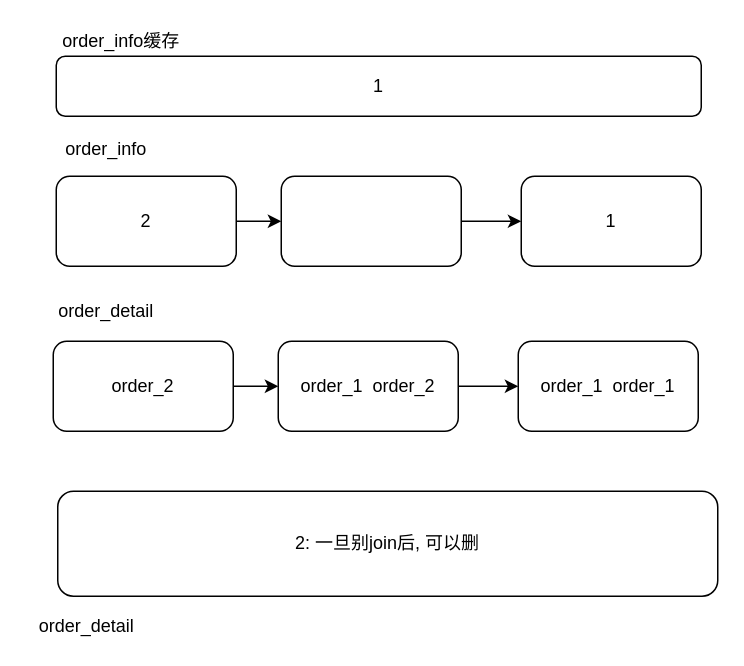
The draw.io diagram page "第 6 页" (6 of 6) of 绘图.drawio in zhenchao125/realtime-gmall-0213, before the edit. Source tidied: cells renumbered, new cells numbered last; positions are measured from the earlier drawing's top-left corner, leaving out a move shared by most shapes. Both pictures are drawn from the tidied source at 150%, with x=0, y=0 at pixel (26, 26).
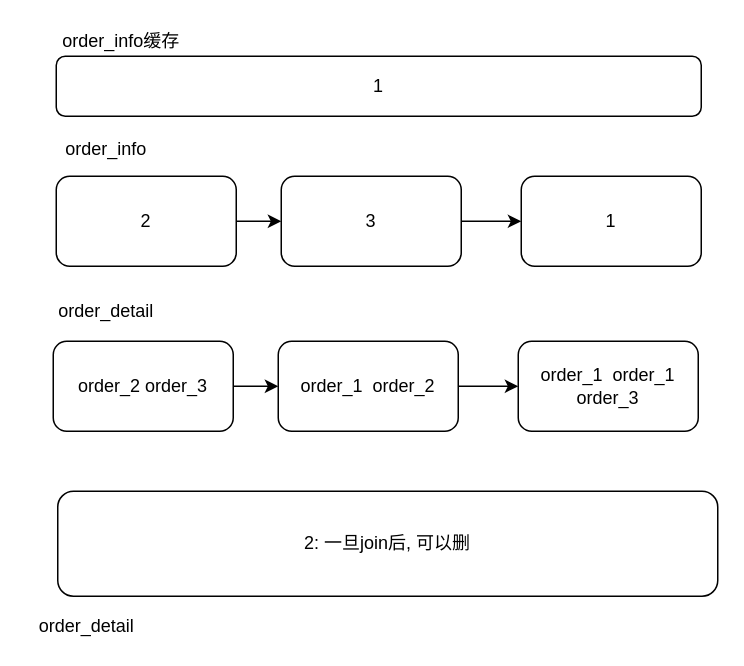
The same diagram, later.

Diff of the diagram source:
```diff
@@
 <mxGraphModel>
   <root>
     <mxCell id="0" />
     <mxCell id="1" parent="0" />
     <mxCell id="2" style="edgeStyle=orthogonalEdgeStyle;rounded=0;jettySize=auto;html=1;" parent="1" edge="1" source="3" target="5">
       <mxGeometry relative="1" as="geometry" />
     </mxCell>
     <mxCell id="3" value="2" style="rounded=1;whiteSpace=wrap;html=1;" parent="1" vertex="1">
       <mxGeometry x="20" y="100" width="120" height="60" as="geometry" />
     </mxCell>
     <mxCell id="4" style="edgeStyle=orthogonalEdgeStyle;rounded=0;jettySize=auto;html=1;" parent="1" edge="1" source="5" target="6">
       <mxGeometry relative="1" as="geometry" />
     </mxCell>
-    <mxCell id="5" style="rounded=1;whiteSpace=wrap;html=1;" parent="1" vertex="1">
+    <mxCell id="5" value="3" style="rounded=1;whiteSpace=wrap;html=1;" parent="1" vertex="1">
       <mxGeometry x="170" y="100" width="120" height="60" as="geometry" />
     </mxCell>
     <mxCell id="6" value="1" style="rounded=1;whiteSpace=wrap;html=1;" parent="1" vertex="1">
       <mxGeometry x="330" y="100" width="120" height="60" as="geometry" />
     </mxCell>
     <mxCell id="7" value="order_info" style="text;html=1;align=center;verticalAlign=middle;" parent="1" vertex="1">
       <mxGeometry x="18" y="72" width="70" height="20" as="geometry" />
     </mxCell>
     <mxCell id="8" value="order_detail" style="text;html=1;align=center;verticalAlign=middle;" parent="1" vertex="1">
       <mxGeometry x="13" y="180" width="80" height="20" as="geometry" />
     </mxCell>
     <mxCell id="9" style="edgeStyle=orthogonalEdgeStyle;rounded=0;jettySize=auto;html=1;" parent="1" edge="1" source="10" target="12">
       <mxGeometry relative="1" as="geometry" />
     </mxCell>
-    <mxCell id="10" value="order_2" style="rounded=1;whiteSpace=wrap;html=1;" parent="1" vertex="1">
+    <mxCell id="10" value="order_2 order_3" style="rounded=1;whiteSpace=wrap;html=1;" parent="1" vertex="1">
       <mxGeometry x="18" y="210" width="120" height="60" as="geometry" />
     </mxCell>
     <mxCell id="11" style="edgeStyle=orthogonalEdgeStyle;rounded=0;jettySize=auto;html=1;" parent="1" edge="1" source="12" target="13">
       <mxGeometry relative="1" as="geometry" />
     </mxCell>
     <mxCell id="12" value="order_1&amp;nbsp; order_2" style="rounded=1;whiteSpace=wrap;html=1;" parent="1" vertex="1">
       <mxGeometry x="168" y="210" width="120" height="60" as="geometry" />
     </mxCell>
-    <mxCell id="13" value="order_1&amp;nbsp; order_1" style="rounded=1;whiteSpace=wrap;html=1;" parent="1" vertex="1">
+    <mxCell id="13" value="order_1&amp;nbsp; order_1 order_3" style="rounded=1;whiteSpace=wrap;html=1;" parent="1" vertex="1">
       <mxGeometry x="328" y="210" width="120" height="60" as="geometry" />
     </mxCell>
     <mxCell id="14" value="1" style="rounded=1;whiteSpace=wrap;html=1;" parent="1" vertex="1">
       <mxGeometry x="20" y="20" width="430" height="40" as="geometry" />
     </mxCell>
     <mxCell id="15" value="order_info缓存" style="text;html=1;align=center;verticalAlign=middle;" parent="1" vertex="1">
       <mxGeometry x="18" width="90" height="20" as="geometry" />
     </mxCell>
-    <mxCell id="16" value="2: 一旦别join后, 可以删" style="rounded=1;whiteSpace=wrap;html=1;" parent="1" vertex="1">
+    <mxCell id="16" value="2: 一旦join后, 可以删" style="rounded=1;whiteSpace=wrap;html=1;" parent="1" vertex="1">
       <mxGeometry x="21" y="310" width="440" height="70" as="geometry" />
     </mxCell>
     <mxCell id="17" value="order_detail" style="text;html=1;align=center;verticalAlign=middle;" parent="1" vertex="1">
       <mxGeometry y="390" width="80" height="20" as="geometry" />
     </mxCell>
   </root>
 </mxGraphModel>
```
